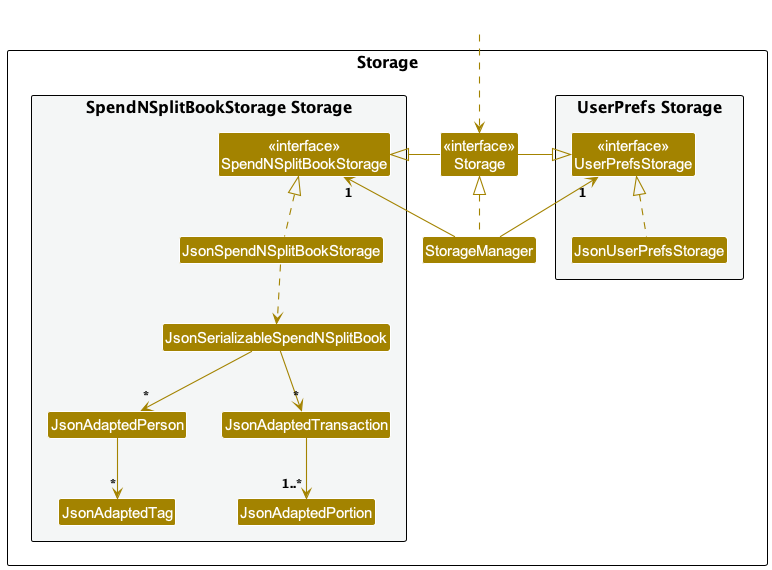
Before: docs/images/StorageClassDiagram.png, a diagram exported from PlantUML (jeffrey-jian/tp). Its diagram source:
```plantuml
@startuml
!include style.puml
skinparam arrowThickness 1.1
skinparam arrowColor STORAGE_COLOR
skinparam classBackgroundColor STORAGE_COLOR

package Storage as StoragePackage {

package "UserPrefs Storage" #F4F6F6{
Class "<<interface>>\nUserPrefsStorage" as UserPrefsStorage
Class JsonUserPrefsStorage
}

Class "<<interface>>\nStorage" as Storage
Class StorageManager

package "SpendNSplitBookStorage Storage" #F4F6F6{
Class "<<interface>>\nSpendNSplitBookStorage" as SpendNSplitBookStorage
Class JsonSpendNSplitBookStorage
Class JsonSerializableSpendNSplitBook
Class JsonAdaptedPerson
Class JsonAdaptedTag
Class JsonAdaptedTransaction
Class JsonAdaptedPortion
}

}

Class HiddenOutside #FFFFFF
HiddenOutside ..> Storage

StorageManager .up.|> Storage
StorageManager -up-> "1" UserPrefsStorage
StorageManager -up-> "1" SpendNSplitBookStorage

Storage -left-|> UserPrefsStorage
Storage -right-|> SpendNSplitBookStorage

JsonUserPrefsStorage .up.|> UserPrefsStorage
JsonSpendNSplitBookStorage .up.|> SpendNSplitBookStorage
JsonSpendNSplitBookStorage ..> JsonSerializableSpendNSplitBook
JsonSerializableSpendNSplitBook --> "*" JsonAdaptedPerson
JsonAdaptedPerson --> "*" JsonAdaptedTag

JsonSerializableSpendNSplitBook --> "*" JsonAdaptedTransaction
JsonAdaptedTransaction --> "1..*" JsonAdaptedPortion
@enduml
```
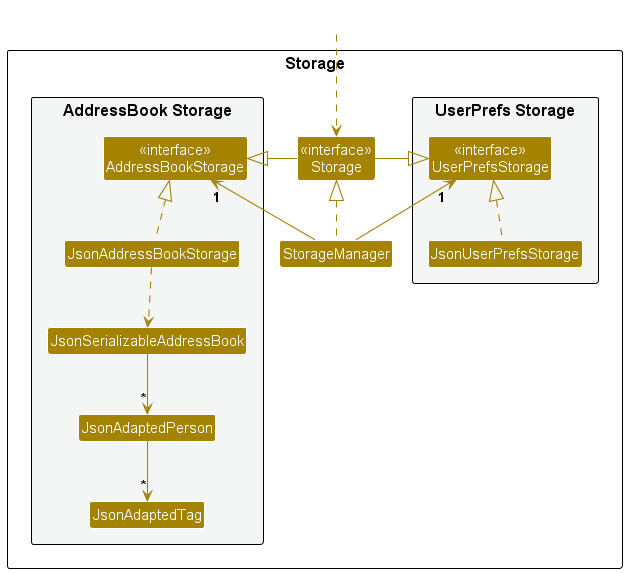
The same diagram one commit later.

The edit, as a diff of the source:
```diff
@@ -14,14 +14,12 @@
 Class "<<interface>>\nStorage" as Storage
 Class StorageManager
 
-package "SpendNSplitBookStorage Storage" #F4F6F6{
-Class "<<interface>>\nSpendNSplitBookStorage" as SpendNSplitBookStorage
-Class JsonSpendNSplitBookStorage
-Class JsonSerializableSpendNSplitBook
+package "AddressBook Storage" #F4F6F6{
+Class "<<interface>>\nAddressBookStorage" as AddressBookStorage
+Class JsonAddressBookStorage
+Class JsonSerializableAddressBook
 Class JsonAdaptedPerson
 Class JsonAdaptedTag
-Class JsonAdaptedTransaction
-Class JsonAdaptedPortion
 }
 
 }
@@ -31,17 +29,15 @@
 
 StorageManager .up.|> Storage
 StorageManager -up-> "1" UserPrefsStorage
-StorageManager -up-> "1" SpendNSplitBookStorage
+StorageManager -up-> "1" AddressBookStorage
 
 Storage -left-|> UserPrefsStorage
-Storage -right-|> SpendNSplitBookStorage
+Storage -right-|> AddressBookStorage
 
 JsonUserPrefsStorage .up.|> UserPrefsStorage
-JsonSpendNSplitBookStorage .up.|> SpendNSplitBookStorage
-JsonSpendNSplitBookStorage ..> JsonSerializableSpendNSplitBook
-JsonSerializableSpendNSplitBook --> "*" JsonAdaptedPerson
+JsonAddressBookStorage .up.|> AddressBookStorage
+JsonAddressBookStorage ..> JsonSerializableAddressBook
+JsonSerializableAddressBook --> "*" JsonAdaptedPerson
 JsonAdaptedPerson --> "*" JsonAdaptedTag
 
-JsonSerializableSpendNSplitBook --> "*" JsonAdaptedTransaction
-JsonAdaptedTransaction --> "1..*" JsonAdaptedPortion
 @enduml
```
